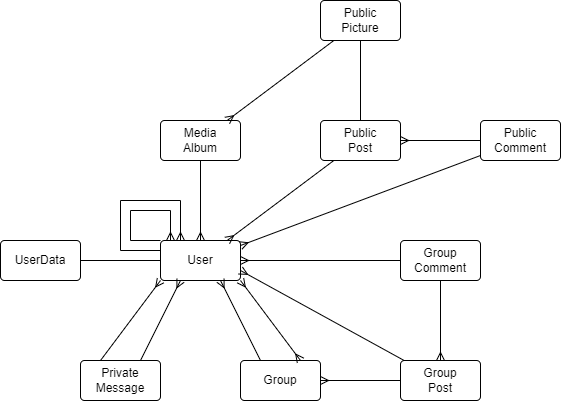
Earlier version of the draw.io export documentation/diagrams/entity_model.png (AasinR/post-request). Source tidied: cells renumbered, new cells last; positions are measured from the earlier drawing's top-left corner, leaving out a move shared by most shapes.
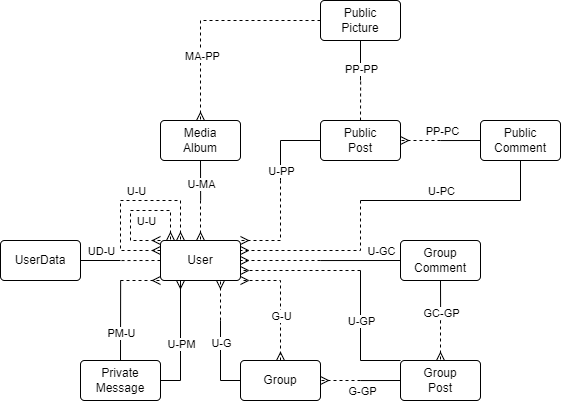
After the commit.

Commit message:
normal forms, modified diagrams

Change to the diagram source:
```diff
@@ -2,92 +2,251 @@
   <root>
     <mxCell id="0" />
     <mxCell id="1" parent="0" />
+    <mxCell id="29" style="edgeStyle=none;rounded=0;jettySize=auto;html=1;exitX=0;exitY=0.5;exitDx=0;exitDy=0;endArrow=none;endFill=0;dashed=1;" parent="1" edge="1" source="2">
+      <mxGeometry relative="1" as="geometry">
+        <mxPoint x="120" y="260" as="targetPoint" />
+      </mxGeometry>
+    </mxCell>
     <mxCell id="2" value="User" style="rounded=1;arcSize=10;whiteSpace=wrap;html=1;align=center;" parent="1" vertex="1">
       <mxGeometry x="160" y="240" width="80" height="40" as="geometry" />
     </mxCell>
-    <mxCell id="3" style="edgeStyle=none;rounded=0;jettySize=auto;html=1;endArrow=none;endFill=0;" parent="1" edge="1" source="4" target="2">
-      <mxGeometry relative="1" as="geometry" />
-    </mxCell>
+    <mxCell id="30" style="rounded=0;jettySize=auto;html=1;exitX=1;exitY=0.5;exitDx=0;exitDy=0;endArrow=none;endFill=0;" parent="1" edge="1" source="4">
+      <mxGeometry relative="1" as="geometry">
+        <mxPoint x="120" y="260" as="targetPoint" />
+      </mxGeometry>
+    </mxCell>
+    <mxCell id="31" value="UD-U" style="edgeLabel;html=1;align=center;verticalAlign=middle;" parent="30" vertex="1">
+      <mxGeometry x="-0.21" y="-1" relative="1" as="geometry">
+        <mxPoint x="4" y="-11" as="offset" />
+      </mxGeometry>
+    </mxCell>
     <mxCell id="4" value="UserData" style="rounded=1;arcSize=10;whiteSpace=wrap;html=1;align=center;" parent="1" vertex="1">
       <mxGeometry y="240" width="80" height="40" as="geometry" />
     </mxCell>
+    <mxCell id="32" style="edgeStyle=none;rounded=0;jettySize=auto;html=1;exitX=0.5;exitY=0;exitDx=0;exitDy=0;endArrow=none;endFill=0;" parent="1" edge="1" source="5">
+      <mxGeometry relative="1" as="geometry">
+        <mxPoint x="120.1" y="280" as="targetPoint" />
+      </mxGeometry>
+    </mxCell>
+    <mxCell id="33" value="PM-U" style="edgeLabel;html=1;align=center;verticalAlign=middle;" parent="32" vertex="1">
+      <mxGeometry x="-0.29" relative="1" as="geometry" />
+    </mxCell>
     <mxCell id="5" value="Private&lt;br&gt;Message" style="rounded=1;arcSize=10;whiteSpace=wrap;html=1;align=center;" parent="1" vertex="1">
       <mxGeometry x="80" y="360" width="80" height="40" as="geometry" />
     </mxCell>
+    <mxCell id="34" style="edgeStyle=none;rounded=0;jettySize=auto;html=1;exitX=0.5;exitY=1;exitDx=0;exitDy=0;endArrow=none;endFill=0;" parent="1" edge="1" source="6">
+      <mxGeometry relative="1" as="geometry">
+        <mxPoint x="200.1" y="200" as="targetPoint" />
+      </mxGeometry>
+    </mxCell>
+    <mxCell id="35" value="U-MA" style="edgeLabel;html=1;align=center;verticalAlign=middle;" parent="34" vertex="1">
+      <mxGeometry x="0.22" relative="1" as="geometry" />
+    </mxCell>
     <mxCell id="6" value="Media&lt;br&gt;Album" style="rounded=1;arcSize=10;whiteSpace=wrap;html=1;align=center;" parent="1" vertex="1">
       <mxGeometry x="160" y="120" width="80" height="40" as="geometry" />
     </mxCell>
+    <mxCell id="36" style="edgeStyle=none;rounded=0;jettySize=auto;html=1;exitX=0.5;exitY=0;exitDx=0;exitDy=0;dashed=1;endArrow=none;endFill=0;" parent="1" edge="1" source="7">
+      <mxGeometry relative="1" as="geometry">
+        <mxPoint x="360.1" y="80" as="targetPoint" />
+      </mxGeometry>
+    </mxCell>
+    <mxCell id="37" style="edgeStyle=none;rounded=0;jettySize=auto;html=1;exitX=0;exitY=0.5;exitDx=0;exitDy=0;endArrow=none;endFill=0;" parent="1" edge="1" source="7">
+      <mxGeometry relative="1" as="geometry">
+        <mxPoint x="280" y="180" as="targetPoint" />
+        <Array as="points">
+          <mxPoint x="280" y="140" />
+        </Array>
+      </mxGeometry>
+    </mxCell>
+    <mxCell id="38" value="U-PP" style="edgeLabel;html=1;align=center;verticalAlign=middle;" parent="37" vertex="1">
+      <mxGeometry x="0.76" relative="1" as="geometry" />
+    </mxCell>
     <mxCell id="7" value="Public&lt;br&gt;Post" style="rounded=1;arcSize=10;whiteSpace=wrap;html=1;align=center;" parent="1" vertex="1">
       <mxGeometry x="320" y="120" width="80" height="40" as="geometry" />
     </mxCell>
+    <mxCell id="39" style="edgeStyle=none;rounded=0;jettySize=auto;html=1;exitX=0;exitY=0.5;exitDx=0;exitDy=0;endArrow=none;endFill=0;" parent="1" edge="1" source="8">
+      <mxGeometry relative="1" as="geometry">
+        <mxPoint x="440" y="140" as="targetPoint" />
+      </mxGeometry>
+    </mxCell>
+    <mxCell id="40" value="PP-PC" style="edgeLabel;html=1;align=center;verticalAlign=middle;" parent="39" vertex="1">
+      <mxGeometry x="0.42" relative="1" as="geometry">
+        <mxPoint x="-11" y="-10" as="offset" />
+      </mxGeometry>
+    </mxCell>
+    <mxCell id="41" style="edgeStyle=none;rounded=0;jettySize=auto;html=1;exitX=0.5;exitY=1;exitDx=0;exitDy=0;endArrow=none;endFill=0;" parent="1" edge="1" source="8">
+      <mxGeometry relative="1" as="geometry">
+        <mxPoint x="360" y="200" as="targetPoint" />
+        <Array as="points">
+          <mxPoint x="520" y="200" />
+        </Array>
+      </mxGeometry>
+    </mxCell>
+    <mxCell id="42" value="U-PC" style="edgeLabel;html=1;align=center;verticalAlign=middle;" parent="41" vertex="1">
+      <mxGeometry x="0.26" relative="1" as="geometry">
+        <mxPoint x="6" y="-10" as="offset" />
+      </mxGeometry>
+    </mxCell>
     <mxCell id="8" value="Public&lt;br&gt;Comment" style="rounded=1;arcSize=10;whiteSpace=wrap;html=1;align=center;" parent="1" vertex="1">
       <mxGeometry x="480" y="120" width="80" height="40" as="geometry" />
     </mxCell>
-    <mxCell id="9" style="edgeStyle=none;rounded=0;jettySize=auto;html=1;endArrow=none;endFill=0;" parent="1" edge="1" source="10" target="7">
-      <mxGeometry relative="1" as="geometry" />
+    <mxCell id="9" style="edgeStyle=none;rounded=0;jettySize=auto;html=1;endArrow=none;endFill=0;" parent="1" edge="1" source="10">
+      <mxGeometry relative="1" as="geometry">
+        <mxPoint x="360" y="80" as="targetPoint" />
+      </mxGeometry>
     </mxCell>
+    <mxCell id="43" value="PP-PP" style="edgeLabel;html=1;align=center;verticalAlign=middle;" parent="9" vertex="1">
+      <mxGeometry x="0.42" relative="1" as="geometry" />
+    </mxCell>
     <mxCell id="10" value="Public&lt;br&gt;Picture" style="rounded=1;arcSize=10;whiteSpace=wrap;html=1;align=center;" parent="1" vertex="1">
       <mxGeometry x="320" width="80" height="40" as="geometry" />
     </mxCell>
+    <mxCell id="44" style="edgeStyle=none;rounded=0;jettySize=auto;html=1;exitX=0;exitY=0.5;exitDx=0;exitDy=0;endArrow=none;endFill=0;" parent="1" edge="1" source="11">
+      <mxGeometry relative="1" as="geometry">
+        <mxPoint x="220" y="320" as="targetPoint" />
+        <Array as="points">
+          <mxPoint x="220" y="380" />
+        </Array>
+      </mxGeometry>
+    </mxCell>
+    <mxCell id="45" value="U-G" style="edgeLabel;html=1;align=center;verticalAlign=middle;" parent="44" vertex="1">
+      <mxGeometry x="0.45" relative="1" as="geometry" />
+    </mxCell>
     <mxCell id="11" value="Group" style="rounded=1;arcSize=10;whiteSpace=wrap;html=1;align=center;" parent="1" vertex="1">
       <mxGeometry x="240" y="360" width="80" height="40" as="geometry" />
     </mxCell>
+    <mxCell id="46" style="edgeStyle=none;rounded=0;jettySize=auto;html=1;exitX=0;exitY=0.5;exitDx=0;exitDy=0;endArrow=none;endFill=0;" parent="1" edge="1" source="12">
+      <mxGeometry relative="1" as="geometry">
+        <mxPoint x="360" y="380" as="targetPoint" />
+      </mxGeometry>
+    </mxCell>
+    <mxCell id="47" value="G-GP" style="edgeLabel;html=1;align=center;verticalAlign=middle;" parent="46" vertex="1">
+      <mxGeometry x="0.77" relative="1" as="geometry">
+        <mxPoint x="-4" y="10" as="offset" />
+      </mxGeometry>
+    </mxCell>
+    <mxCell id="48" style="edgeStyle=none;rounded=0;jettySize=auto;html=1;exitX=0;exitY=0;exitDx=0;exitDy=0;endArrow=none;endFill=0;" parent="1" edge="1" source="12">
+      <mxGeometry relative="1" as="geometry">
+        <mxPoint x="360" y="270" as="targetPoint" />
+        <Array as="points">
+          <mxPoint x="360" y="360" />
+        </Array>
+      </mxGeometry>
+    </mxCell>
+    <mxCell id="49" value="U-GP" style="edgeLabel;html=1;align=center;verticalAlign=middle;" parent="48" vertex="1">
+      <mxGeometry x="0.23" relative="1" as="geometry" />
+    </mxCell>
     <mxCell id="12" value="Group&lt;br&gt;Post" style="rounded=1;arcSize=10;whiteSpace=wrap;html=1;align=center;" parent="1" vertex="1">
       <mxGeometry x="400" y="360" width="80" height="40" as="geometry" />
     </mxCell>
+    <mxCell id="50" style="edgeStyle=none;rounded=0;jettySize=auto;html=1;exitX=0.5;exitY=1;exitDx=0;exitDy=0;endArrow=none;endFill=0;" parent="1" edge="1" source="13">
+      <mxGeometry relative="1" as="geometry">
+        <mxPoint x="440.1" y="320" as="targetPoint" />
+      </mxGeometry>
+    </mxCell>
+    <mxCell id="51" value="GC-GP" style="edgeLabel;html=1;align=center;verticalAlign=middle;" parent="50" vertex="1">
+      <mxGeometry x="0.64" relative="1" as="geometry" />
+    </mxCell>
+    <mxCell id="52" style="edgeStyle=none;rounded=0;jettySize=auto;html=1;exitX=0;exitY=0.5;exitDx=0;exitDy=0;endArrow=none;endFill=0;" parent="1" edge="1" source="13">
+      <mxGeometry relative="1" as="geometry">
+        <mxPoint x="320" y="260" as="targetPoint" />
+      </mxGeometry>
+    </mxCell>
+    <mxCell id="53" value="U-GC" style="edgeLabel;html=1;align=center;verticalAlign=middle;" parent="52" vertex="1">
+      <mxGeometry x="-0.51" relative="1" as="geometry">
+        <mxPoint y="-10" as="offset" />
+      </mxGeometry>
+    </mxCell>
     <mxCell id="13" value="Group&lt;br&gt;Comment" style="rounded=1;arcSize=10;whiteSpace=wrap;html=1;align=center;" parent="1" vertex="1">
       <mxGeometry x="400" y="240" width="80" height="40" as="geometry" />
     </mxCell>
-    <mxCell id="14" style="fontSize=12;html=1;endArrow=ERmany;rounded=0;" parent="1" edge="1" source="6" target="2">
-      <mxGeometry relative="1" as="geometry" />
+    <mxCell id="14" style="fontSize=12;html=1;endArrow=ERmany;rounded=0;dashed=1;" parent="1" edge="1" target="2">
+      <mxGeometry relative="1" as="geometry">
+        <mxPoint x="200" y="200" as="sourcePoint" />
+      </mxGeometry>
     </mxCell>
-    <mxCell id="15" style="fontSize=12;html=1;endArrow=ERmany;rounded=0;exitX=0.25;exitY=0;exitDx=0;exitDy=0;entryX=0;entryY=1;entryDx=0;entryDy=0;" parent="1" edge="1" source="5" target="2">
-      <mxGeometry relative="1" as="geometry" />
+    <mxCell id="15" style="fontSize=12;html=1;endArrow=ERmany;rounded=0;entryX=0;entryY=1;entryDx=0;entryDy=0;dashed=1;" parent="1" edge="1" target="2">
+      <mxGeometry relative="1" as="geometry">
+        <mxPoint x="120" y="280" as="sourcePoint" />
+      </mxGeometry>
     </mxCell>
-    <mxCell id="16" style="fontSize=12;html=1;endArrow=ERmany;rounded=0;exitX=0.75;exitY=0;exitDx=0;exitDy=0;entryX=0.25;entryY=1;entryDx=0;entryDy=0;" parent="1" edge="1" source="5" target="2">
-      <mxGeometry relative="1" as="geometry" />
+    <mxCell id="16" style="fontSize=12;html=1;endArrow=ERmany;rounded=0;exitX=1;exitY=0.5;exitDx=0;exitDy=0;entryX=0.25;entryY=1;entryDx=0;entryDy=0;" parent="1" edge="1" source="5" target="2">
+      <mxGeometry relative="1" as="geometry">
+        <Array as="points">
+          <mxPoint x="180" y="380" />
+        </Array>
+      </mxGeometry>
     </mxCell>
+    <mxCell id="54" value="U-PM" style="edgeLabel;html=1;align=center;verticalAlign=middle;" parent="16" vertex="1">
+      <mxGeometry x="-0.05" relative="1" as="geometry" />
+    </mxCell>
-    <mxCell id="17" style="fontSize=12;html=1;endArrow=ERmany;rounded=0;" parent="1" edge="1" source="10" target="6">
-      <mxGeometry relative="1" as="geometry" />
+    <mxCell id="17" style="fontSize=12;html=1;endArrow=ERmany;rounded=0;entryX=0.5;entryY=0;entryDx=0;entryDy=0;exitX=0;exitY=0.5;exitDx=0;exitDy=0;dashed=1;" parent="1" edge="1" source="10" target="6">
+      <mxGeometry relative="1" as="geometry">
+        <Array as="points">
+          <mxPoint x="200" y="20" />
+        </Array>
+      </mxGeometry>
     </mxCell>
+    <mxCell id="55" value="MA-PP" style="edgeLabel;html=1;align=center;verticalAlign=middle;" parent="17" vertex="1">
+      <mxGeometry x="0.41" y="1" relative="1" as="geometry" />
+    </mxCell>
-    <mxCell id="18" style="fontSize=12;html=1;endArrow=ERmany;rounded=0;" parent="1" edge="1" source="8" target="7">
-      <mxGeometry relative="1" as="geometry" />
+    <mxCell id="18" style="fontSize=12;html=1;endArrow=ERmany;rounded=0;dashed=1;" parent="1" edge="1" target="7">
+      <mxGeometry relative="1" as="geometry">
+        <mxPoint x="440" y="140" as="sourcePoint" />
+      </mxGeometry>
     </mxCell>
-    <mxCell id="19" style="fontSize=12;html=1;endArrow=ERmany;rounded=0;" parent="1" edge="1" source="7" target="2">
-      <mxGeometry relative="1" as="geometry" />
+    <mxCell id="19" style="fontSize=12;html=1;endArrow=ERmany;rounded=0;entryX=1;entryY=0;entryDx=0;entryDy=0;dashed=1;" parent="1" edge="1" target="2">
+      <mxGeometry relative="1" as="geometry">
+        <mxPoint x="280" y="180" as="sourcePoint" />
+        <Array as="points">
+          <mxPoint x="280" y="240" />
+        </Array>
+      </mxGeometry>
     </mxCell>
-    <mxCell id="20" style="fontSize=12;html=1;endArrow=ERmany;rounded=0;" parent="1" edge="1" source="8" target="2">
-      <mxGeometry relative="1" as="geometry" />
+    <mxCell id="20" style="fontSize=12;html=1;endArrow=ERmany;rounded=0;entryX=1;entryY=0.25;entryDx=0;entryDy=0;dashed=1;" parent="1" edge="1" target="2">
+      <mxGeometry relative="1" as="geometry">
+        <mxPoint x="360" y="200" as="sourcePoint" />
+        <Array as="points">
+          <mxPoint x="360" y="250" />
+        </Array>
+      </mxGeometry>
     </mxCell>
-    <mxCell id="21" style="fontSize=12;html=1;endArrow=ERmany;rounded=0;entryX=0.75;entryY=1;entryDx=0;entryDy=0;exitX=0.25;exitY=0;exitDx=0;exitDy=0;" parent="1" edge="1" source="11" target="2">
-      <mxGeometry relative="1" as="geometry" />
+    <mxCell id="21" style="fontSize=12;html=1;endArrow=ERmany;rounded=0;entryX=0.75;entryY=1;entryDx=0;entryDy=0;dashed=1;" parent="1" edge="1" target="2">
+      <mxGeometry relative="1" as="geometry">
+        <mxPoint x="220" y="320" as="sourcePoint" />
+      </mxGeometry>
     </mxCell>
-    <mxCell id="22" style="fontSize=12;html=1;endArrow=ERmany;rounded=0;" parent="1" edge="1" source="12" target="11">
-      <mxGeometry relative="1" as="geometry" />
+    <mxCell id="22" style="fontSize=12;html=1;endArrow=ERmany;rounded=0;dashed=1;" parent="1" edge="1" target="11">
+      <mxGeometry relative="1" as="geometry">
+        <mxPoint x="360" y="380" as="sourcePoint" />
+      </mxGeometry>
     </mxCell>
-    <mxCell id="23" style="fontSize=12;html=1;endArrow=ERmany;rounded=0;" parent="1" edge="1" source="13" target="12">
-      <mxGeometry relative="1" as="geometry" />
+    <mxCell id="23" style="fontSize=12;html=1;endArrow=ERmany;rounded=0;dashed=1;" parent="1" edge="1" target="12">
+      <mxGeometry relative="1" as="geometry">
+        <mxPoint x="440" y="320" as="sourcePoint" />
+      </mxGeometry>
     </mxCell>
-    <mxCell id="24" style="fontSize=12;html=1;endArrow=ERmany;rounded=0;entryX=1;entryY=0.75;entryDx=0;entryDy=0;" parent="1" edge="1" source="12" target="2">
-      <mxGeometry relative="1" as="geometry" />
+    <mxCell id="24" style="fontSize=12;html=1;endArrow=ERmany;rounded=0;entryX=1;entryY=0.75;entryDx=0;entryDy=0;dashed=1;" parent="1" edge="1" target="2">
+      <mxGeometry relative="1" as="geometry">
+        <mxPoint x="360" y="270" as="sourcePoint" />
+      </mxGeometry>
     </mxCell>
-    <mxCell id="25" style="fontSize=12;html=1;endArrow=ERmany;rounded=0;" parent="1" edge="1" source="13" target="2">
-      <mxGeometry relative="1" as="geometry" />
+    <mxCell id="25" style="fontSize=12;html=1;endArrow=ERmany;rounded=0;dashed=1;" parent="1" edge="1" target="2">
+      <mxGeometry relative="1" as="geometry">
+        <mxPoint x="320" y="260" as="sourcePoint" />
+      </mxGeometry>
     </mxCell>
-    <mxCell id="26" style="fontSize=12;html=1;endArrow=ERmany;startArrow=ERmany;rounded=0;exitX=0.75;exitY=0;exitDx=0;exitDy=0;entryX=1;entryY=1;entryDx=0;entryDy=0;" parent="1" edge="1" source="11" target="2">
-      <mxGeometry relative="1" as="geometry" />
+    <mxCell id="26" style="fontSize=12;html=1;endArrow=ERmany;startArrow=ERmany;rounded=0;exitX=0.5;exitY=0;exitDx=0;exitDy=0;entryX=1;entryY=1;entryDx=0;entryDy=0;dashed=1;" parent="1" edge="1" source="11" target="2">
+      <mxGeometry relative="1" as="geometry">
+        <Array as="points">
+          <mxPoint x="280" y="280" />
+        </Array>
+      </mxGeometry>
     </mxCell>
-    <mxCell id="27" style="fontSize=12;html=1;endArrow=ERmany;rounded=0;exitX=0;exitY=0;exitDx=0;exitDy=0;" parent="1" edge="1" source="2">
-      <mxGeometry relative="1" as="geometry">
-        <mxPoint x="170" y="240" as="targetPoint" />
-        <Array as="points">
-          <mxPoint x="130" y="240" />
-          <mxPoint x="130" y="210" />
-          <mxPoint x="170" y="210" />
-        </Array>
-      </mxGeometry>
-    </mxCell>
+    <mxCell id="56" value="G-U" style="edgeLabel;html=1;align=center;verticalAlign=middle;" parent="26" vertex="1">
+      <mxGeometry x="-0.25" relative="1" as="geometry" />
+    </mxCell>
-    <mxCell id="28" style="fontSize=12;html=1;endArrow=ERmany;rounded=0;exitX=0;exitY=0.25;exitDx=0;exitDy=0;entryX=0.25;entryY=0;entryDx=0;entryDy=0;" parent="1" edge="1" source="2" target="2">
+    <mxCell id="28" style="fontSize=12;html=1;endArrow=ERmany;startArrow=ERmany;rounded=0;exitX=0;exitY=0.25;exitDx=0;exitDy=0;entryX=0.25;entryY=0;entryDx=0;entryDy=0;dashed=1;" parent="1" edge="1" source="2" target="2">
       <mxGeometry relative="1" as="geometry">
         <Array as="points">
           <mxPoint x="120" y="250" />
@@ -96,5 +255,25 @@
         </Array>
       </mxGeometry>
     </mxCell>
+    <mxCell id="57" value="U-U" style="edgeLabel;html=1;align=center;verticalAlign=middle;" parent="28" vertex="1">
+      <mxGeometry x="0.11" relative="1" as="geometry">
+        <mxPoint y="-10" as="offset" />
+      </mxGeometry>
+    </mxCell>
+    <mxCell id="58" style="fontSize=12;html=1;endArrow=ERmany;startArrow=ERmany;rounded=0;exitX=0;exitY=0;exitDx=0;exitDy=0;dashed=1;" parent="1" edge="1" source="2">
+      <mxGeometry relative="1" as="geometry">
+        <mxPoint x="170" y="240" as="targetPoint" />
+        <Array as="points">
+          <mxPoint x="130" y="240" />
+          <mxPoint x="130" y="210" />
+          <mxPoint x="170" y="210" />
+        </Array>
+      </mxGeometry>
+    </mxCell>
+    <mxCell id="59" value="U-U" style="edgeLabel;html=1;align=center;verticalAlign=middle;" parent="1" vertex="1">
+      <mxGeometry x="150" y="200" as="geometry">
+        <mxPoint x="-5" y="20" as="offset" />
+      </mxGeometry>
+    </mxCell>
   </root>
 </mxGraphModel>
```
